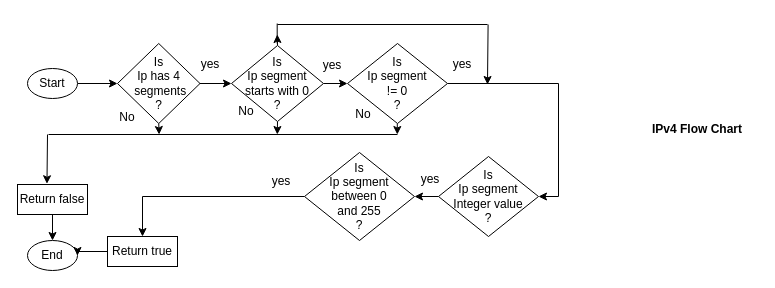
The draw.io diagram flowChart/ipv4-flow-chart.drawio in poula22/the_chance_task-1, before the edit. Source tidied: cells renumbered, new cells numbered last; positions are measured from the earlier drawing's top-left corner, leaving out a move shared by most shapes. Both pictures are drawn from the tidied source at 100%, with x=0, y=0 at pixel (17, 23).
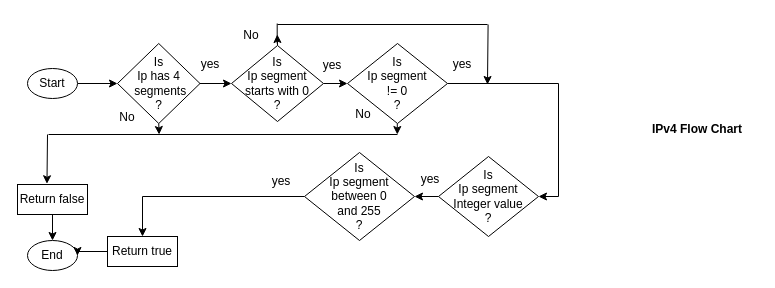
The same page after the edit.

Commit message (it also covers changes not shown here):
flow chart change add comments to sudoku

The change refers to these unchanged cells:
```xml
<mxCell id="10" value="Is&lt;br&gt;Ip segment&lt;br&gt;starts with 0&lt;br&gt;?" style="rhombus;whiteSpace=wrap;html=1;" parent="1" vertex="1">
  <mxGeometry x="214" y="22" width="92" height="76" as="geometry" />
</mxCell>
```

What changed in the source:
```diff
@@
-    <mxCell id="8" style="edgeStyle=orthogonalEdgeStyle;rounded=0;jettySize=auto;html=1;exitX=0.5;exitY=1;exitDx=0;exitDy=0;" parent="1" edge="1" source="10">
-      <mxGeometry relative="1" as="geometry">
-        <mxPoint x="259.8" y="111" as="targetPoint" />
-      </mxGeometry>
-    </mxCell>
@@
     <mxCell id="33" value="No" style="text;html=1;align=center;verticalAlign=middle;whiteSpace=wrap;rounded=0;" parent="1" vertex="1">
-      <mxGeometry x="214" y="77" width="30" height="21" as="geometry" />
+      <mxGeometry x="219" y="1" width="30" height="21" as="geometry" />
     </mxCell>
```
